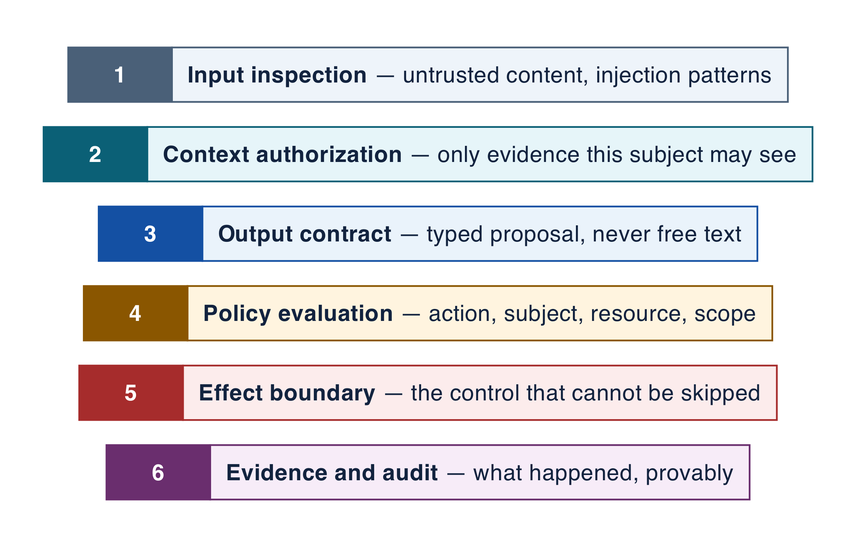
Earlier version of the Graphviz export assets/diagrams/security-depth.png (rrahimi-uci/building-enterprise-general-intelligence). Its source is kept beside it as assets/diagrams/src/security-depth.gv.
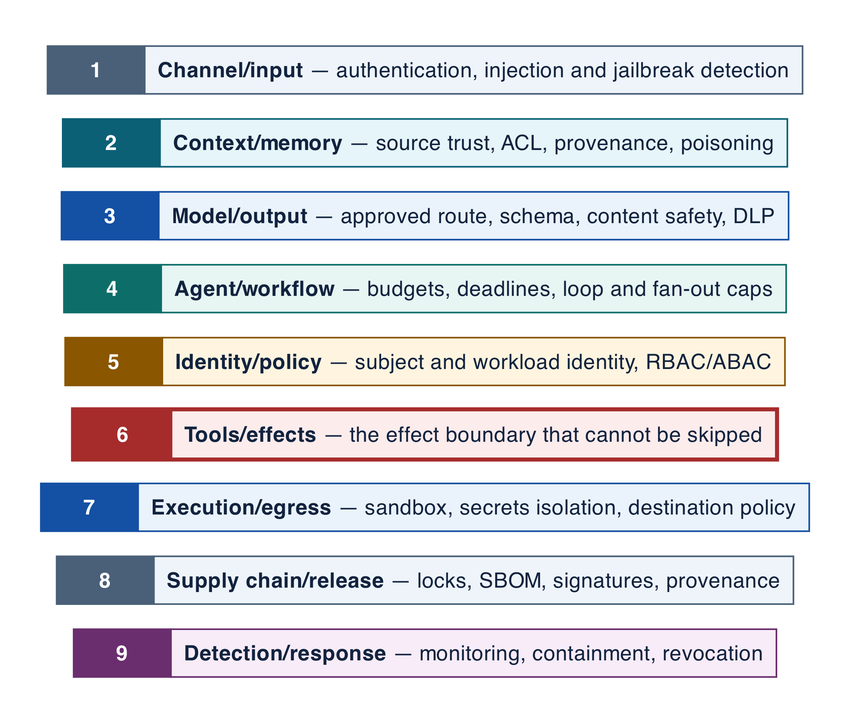
The same file after the commit.

Diff of the diagram source:
```diff
@@ -1,26 +1,35 @@
 digraph security_depth {
   rankdir = TB
-  graph [ranksep=0.14]
+  graph [ranksep=0.12]
   node [shape=plaintext, style="", margin=0]
   edge [style=invis]
 
-  l1 [label=<<TABLE BORDER="0" CELLBORDER="1" CELLSPACING="0" CELLPADDING="8" COLOR="#4A6078" BGCOLOR="#EEF4FA">
+  l1 [label=<<TABLE BORDER="0" CELLBORDER="1" CELLSPACING="0" CELLPADDING="7" COLOR="#4A6078" BGCOLOR="#EEF4FA">
      <TR><TD WIDTH="60" BGCOLOR="#4A6078"><FONT COLOR="white"><B> 1 </B></FONT></TD>
-         <TD WIDTH="290" ALIGN="LEFT"><B>Input inspection</B> — untrusted content, injection patterns</TD></TR></TABLE>>]
-  l2 [label=<<TABLE BORDER="0" CELLBORDER="1" CELLSPACING="0" CELLPADDING="8" COLOR="#0B6076" BGCOLOR="#E6F5F9">
+         <TD WIDTH="330" ALIGN="LEFT"><B>Channel/input</B> — authentication, injection and jailbreak detection</TD></TR></TABLE>>]
+  l2 [label=<<TABLE BORDER="0" CELLBORDER="1" CELLSPACING="0" CELLPADDING="7" COLOR="#0B6076" BGCOLOR="#E6F5F9">
      <TR><TD WIDTH="60" BGCOLOR="#0B6076"><FONT COLOR="white"><B> 2 </B></FONT></TD>
-         <TD WIDTH="290" ALIGN="LEFT"><B>Context authorization</B> — only evidence this subject may see</TD></TR></TABLE>>]
-  l3 [label=<<TABLE BORDER="0" CELLBORDER="1" CELLSPACING="0" CELLPADDING="8" COLOR="#1450A3" BGCOLOR="#EAF3FB">
+         <TD WIDTH="330" ALIGN="LEFT"><B>Context/memory</B> — source trust, ACL, provenance, poisoning</TD></TR></TABLE>>]
+  l3 [label=<<TABLE BORDER="0" CELLBORDER="1" CELLSPACING="0" CELLPADDING="7" COLOR="#1450A3" BGCOLOR="#EAF3FB">
      <TR><TD WIDTH="60" BGCOLOR="#1450A3"><FONT COLOR="white"><B> 3 </B></FONT></TD>
-         <TD WIDTH="290" ALIGN="LEFT"><B>Output contract</B> — typed proposal, never free text</TD></TR></TABLE>>]
-  l4 [label=<<TABLE BORDER="0" CELLBORDER="1" CELLSPACING="0" CELLPADDING="8" COLOR="#8A5600" BGCOLOR="#FFF4DF">
-     <TR><TD WIDTH="60" BGCOLOR="#8A5600"><FONT COLOR="white"><B> 4 </B></FONT></TD>
-         <TD WIDTH="290" ALIGN="LEFT"><B>Policy evaluation</B> — action, subject, resource, scope</TD></TR></TABLE>>]
-  l5 [label=<<TABLE BORDER="0" CELLBORDER="1" CELLSPACING="0" CELLPADDING="8" COLOR="#A62C2C" BGCOLOR="#FCECEC">
-     <TR><TD WIDTH="60" BGCOLOR="#A62C2C"><FONT COLOR="white"><B> 5 </B></FONT></TD>
-         <TD WIDTH="290" ALIGN="LEFT"><B>Effect boundary</B> — the control that cannot be skipped</TD></TR></TABLE>>]
-  l6 [label=<<TABLE BORDER="0" CELLBORDER="1" CELLSPACING="0" CELLPADDING="8" COLOR="#6A2E6E" BGCOLOR="#F7ECF8">
-     <TR><TD WIDTH="60" BGCOLOR="#6A2E6E"><FONT COLOR="white"><B> 6 </B></FONT></TD>
-         <TD WIDTH="290" ALIGN="LEFT"><B>Evidence and audit</B> — what happened, provably</TD></TR></TABLE>>]
-  l1 -> l2 -> l3 -> l4 -> l5 -> l6
+         <TD WIDTH="330" ALIGN="LEFT"><B>Model/output</B> — approved route, schema, content safety, DLP</TD></TR></TABLE>>]
+  l4 [label=<<TABLE BORDER="0" CELLBORDER="1" CELLSPACING="0" CELLPADDING="7" COLOR="#0D6E69" BGCOLOR="#E7F5F3">
+     <TR><TD WIDTH="60" BGCOLOR="#0D6E69"><FONT COLOR="white"><B> 4 </B></FONT></TD>
+         <TD WIDTH="330" ALIGN="LEFT"><B>Agent/workflow</B> — budgets, deadlines, loop and fan-out caps</TD></TR></TABLE>>]
+  l5 [label=<<TABLE BORDER="0" CELLBORDER="1" CELLSPACING="0" CELLPADDING="7" COLOR="#8A5600" BGCOLOR="#FFF4DF">
+     <TR><TD WIDTH="60" BGCOLOR="#8A5600"><FONT COLOR="white"><B> 5 </B></FONT></TD>
+         <TD WIDTH="330" ALIGN="LEFT"><B>Identity/policy</B> — subject and workload identity, RBAC/ABAC</TD></TR></TABLE>>]
+  l6 [label=<<TABLE BORDER="2" CELLBORDER="1" CELLSPACING="0" CELLPADDING="7" COLOR="#A62C2C" BGCOLOR="#FCECEC">
+     <TR><TD WIDTH="60" BGCOLOR="#A62C2C"><FONT COLOR="white"><B> 6 </B></FONT></TD>
+         <TD WIDTH="330" ALIGN="LEFT"><B>Tools/effects</B> — the effect boundary that cannot be skipped</TD></TR></TABLE>>]
+  l7 [label=<<TABLE BORDER="0" CELLBORDER="1" CELLSPACING="0" CELLPADDING="7" COLOR="#1450A3" BGCOLOR="#EAF3FB">
+     <TR><TD WIDTH="60" BGCOLOR="#1450A3"><FONT COLOR="white"><B> 7 </B></FONT></TD>
+         <TD WIDTH="330" ALIGN="LEFT"><B>Execution/egress</B> — sandbox, secrets isolation, destination policy</TD></TR></TABLE>>]
+  l8 [label=<<TABLE BORDER="0" CELLBORDER="1" CELLSPACING="0" CELLPADDING="7" COLOR="#4A6078" BGCOLOR="#EEF4FA">
+     <TR><TD WIDTH="60" BGCOLOR="#4A6078"><FONT COLOR="white"><B> 8 </B></FONT></TD>
+         <TD WIDTH="330" ALIGN="LEFT"><B>Supply chain/release</B> — locks, SBOM, signatures, provenance</TD></TR></TABLE>>]
+  l9 [label=<<TABLE BORDER="0" CELLBORDER="1" CELLSPACING="0" CELLPADDING="7" COLOR="#6A2E6E" BGCOLOR="#F7ECF8">
+     <TR><TD WIDTH="60" BGCOLOR="#6A2E6E"><FONT COLOR="white"><B> 9 </B></FONT></TD>
+         <TD WIDTH="330" ALIGN="LEFT"><B>Detection/response</B> — monitoring, containment, revocation</TD></TR></TABLE>>]
+  l1 -> l2 -> l3 -> l4 -> l5 -> l6 -> l7 -> l8 -> l9
 }
```
